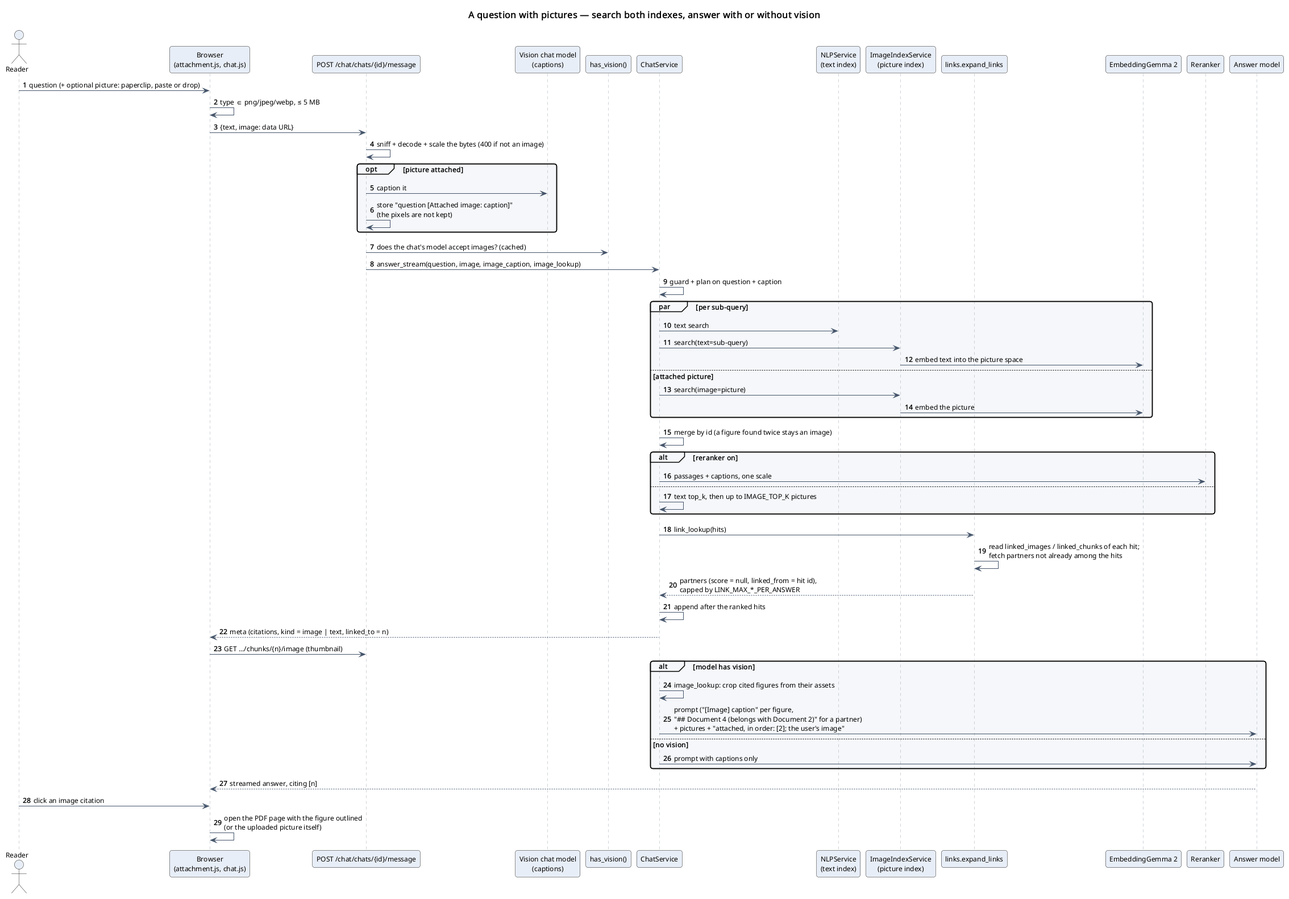
Above: software_engineering/3_sequence_diagrams/image_query_answer.png in omarTBakr/notebookllm-minus (PlantUML), before the change.
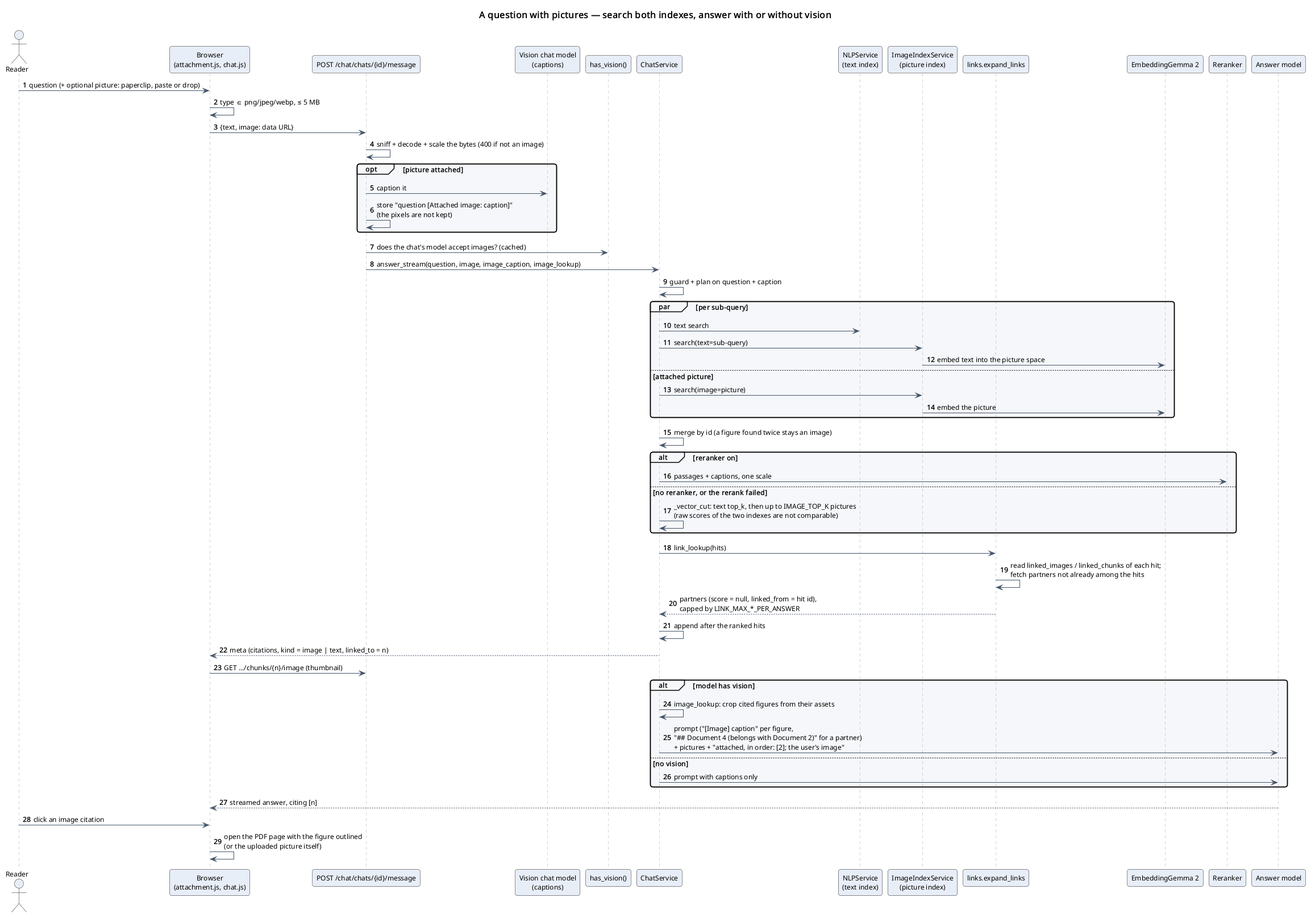
The same diagram one commit later.

Diff of the diagram source:
```diff
@@ -39,8 +39,8 @@
 chat -> chat : merge by id (a figure found twice stays an image)
 alt reranker on
   chat -> rerank : passages + captions, one scale
-else
-  chat -> chat : text top_k, then up to IMAGE_TOP_K pictures
+else no reranker, or the rerank failed
+  chat -> chat : _vector_cut: text top_k, then up to IMAGE_TOP_K pictures\n(raw scores of the two indexes are not comparable)
 end
 chat -> links : link_lookup(hits)
 links -> links : read linked_images / linked_chunks of each hit;\nfetch partners not already among the hits
```
